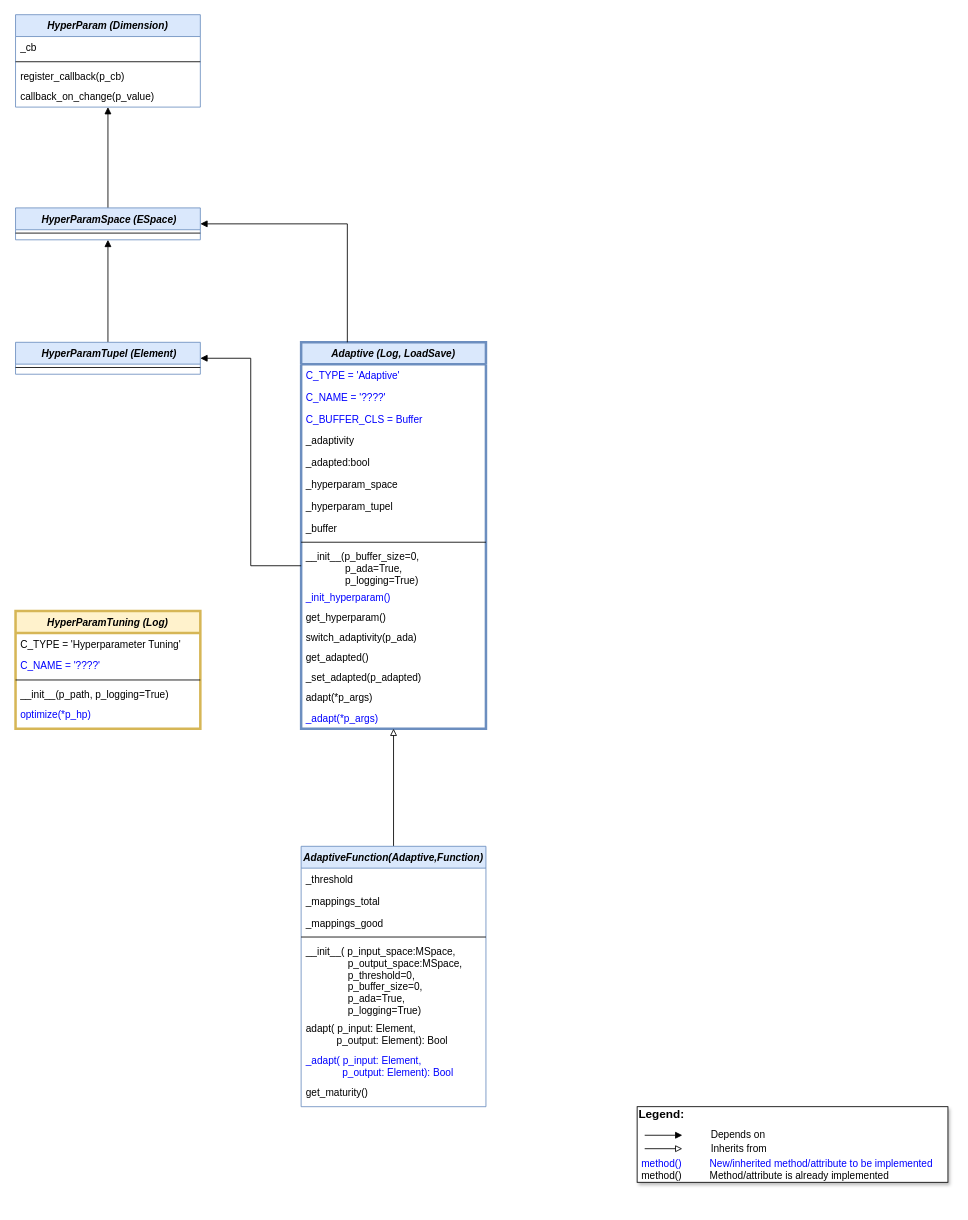
The draw.io diagram doc/bf/uml_ml.drawio in fhswf/MLPro, before the edit. Source tidied: cells renumbered, new cells numbered last; positions are measured from the earlier drawing's top-left corner, leaving out a move shared by most shapes. Both pictures are drawn from the tidied source at 84%, with x=0, y=0 at pixel (15, 14).
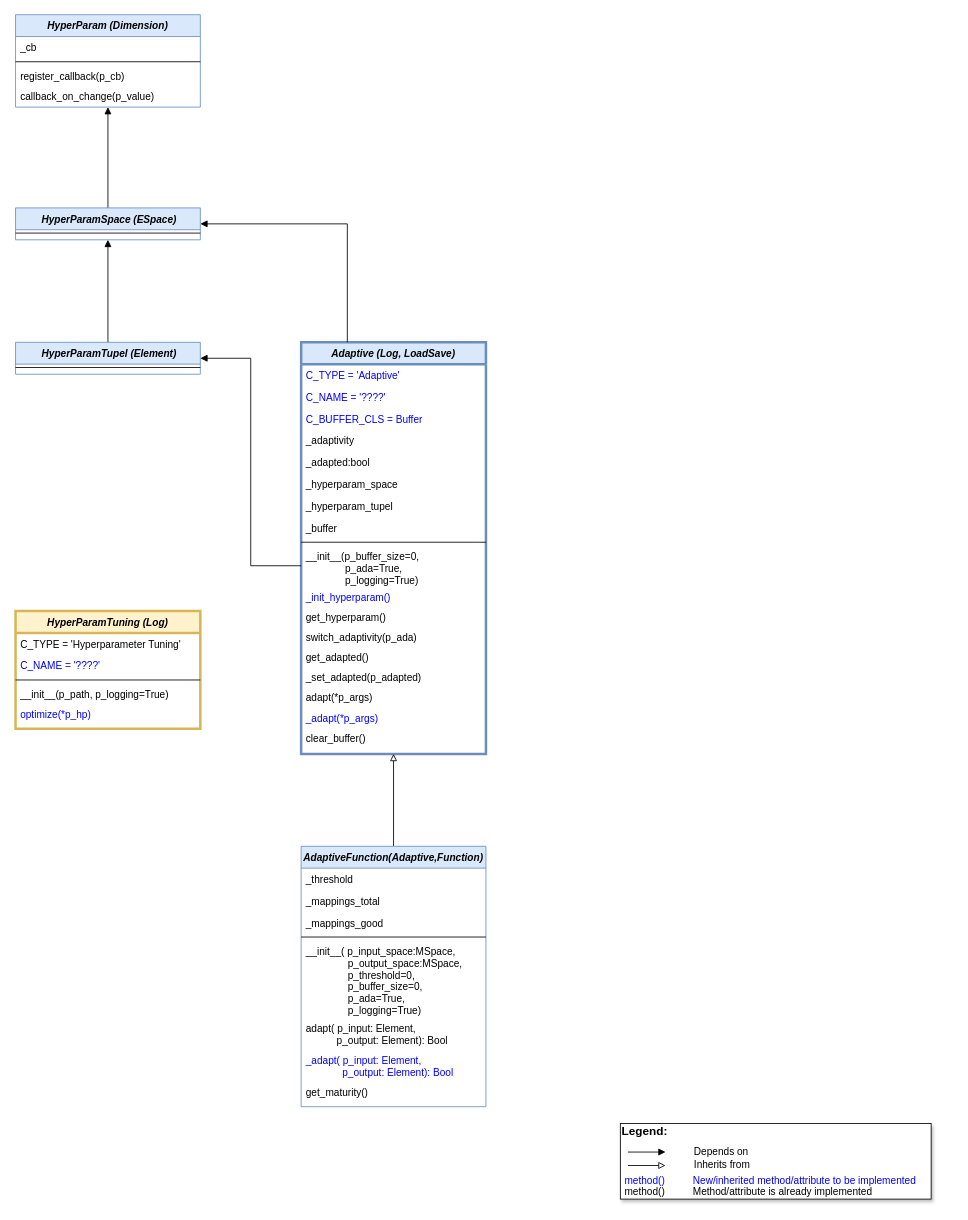
The same page after the edit.

Diff of the diagram source:
```diff
@@
     <mxCell id="2" style="group;" parent="1" vertex="1">
-      <mxGeometry x="740" y="1300" width="370" height="90" as="geometry" />
+      <mxGeometry x="720" y="1320" width="370" height="90" as="geometry" />
     </mxCell>
@@
     <mxCell id="6" value="Adaptive (Log, LoadSave)" style="swimlane;fontStyle=3;align=center;verticalAlign=top;horizontal=1;startSize=26;rounded=0;shadow=0;strokeWidth=3;fillColor=#dae8fc;strokeColor=#6c8ebf;" parent="1" vertex="1">
-      <mxGeometry x="340" y="390" width="220" height="460" as="geometry" />
+      <mxGeometry x="340" y="390" width="220" height="490" as="geometry" />
     </mxCell>
@@
+    <mxCell id="53" value="clear_buffer()" style="text;align=left;verticalAlign=top;spacingLeft=4;spacingRight=4;overflow=hidden;" parent="6" vertex="1">
+      <mxGeometry y="458" width="220" height="24" as="geometry" />
+    </mxCell>
```
